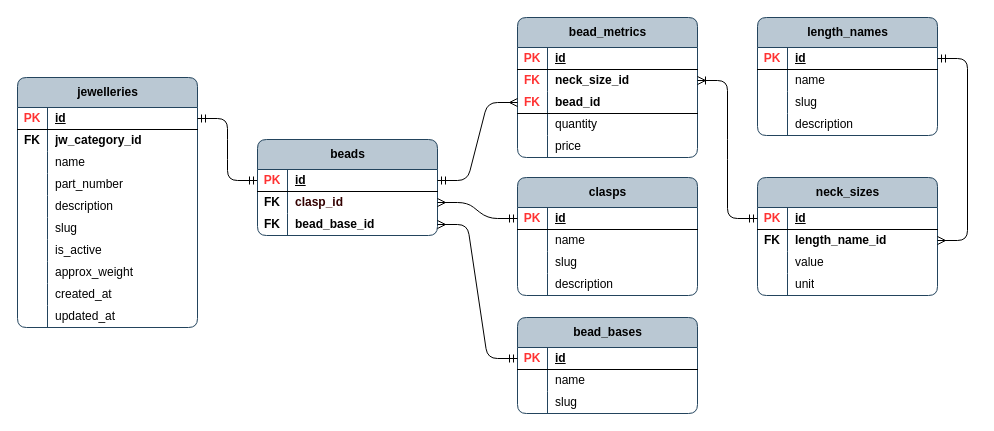
Earlier version of the draw.io diagram page "jw_bead_props" (12 of 15) of publisher/laravel-app/psql_jewellery_items.drawio (Local-development-environment/msg-brokers-publisher-consumer). Source tidied: cells renumbered, new cells numbered last; positions are measured from the earlier drawing's top-left corner, leaving out a move shared by most shapes. Both pictures are drawn from the tidied source at 100%, with x=0, y=0 at pixel (17, 17).
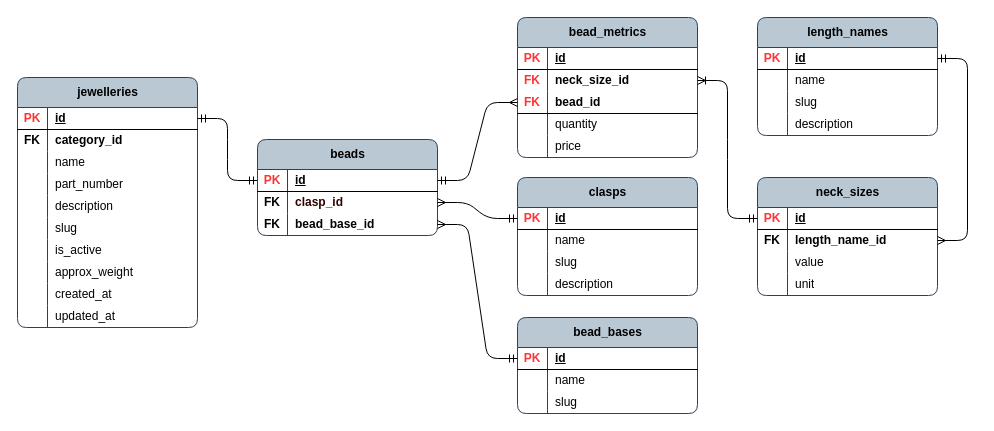
The same page after the edit.

Unchanged cells that the change refers to:
```xml
<mxCell id="6" style="shape=tableRow;horizontal=0;startSize=0;swimlaneHead=0;swimlaneBody=0;fillColor=none;top=0;left=0;right=0;bottom=0;rounded=1;" parent="2" vertex="1">
  <mxGeometry y="52" width="180" height="22" as="geometry" />
</mxCell>
```

Diff of the diagram source:
```diff
@@
-    <mxCell id="8" value="&lt;b&gt;jw_category_id&lt;/b&gt;" style="shape=partialRectangle;fillColor=none;top=0;left=0;bottom=0;right=0;align=left;spacingLeft=6;overflow=hidden;whiteSpace=wrap;html=1;rounded=1;" parent="6" vertex="1">
+    <mxCell id="8" value="&lt;b&gt;category_id&lt;/b&gt;" style="shape=partialRectangle;fillColor=none;top=0;left=0;bottom=0;right=0;align=left;spacingLeft=6;overflow=hidden;whiteSpace=wrap;html=1;rounded=1;" parent="6" vertex="1">
       <mxGeometry x="30" width="150" height="22" as="geometry" />
     </mxCell>
```
